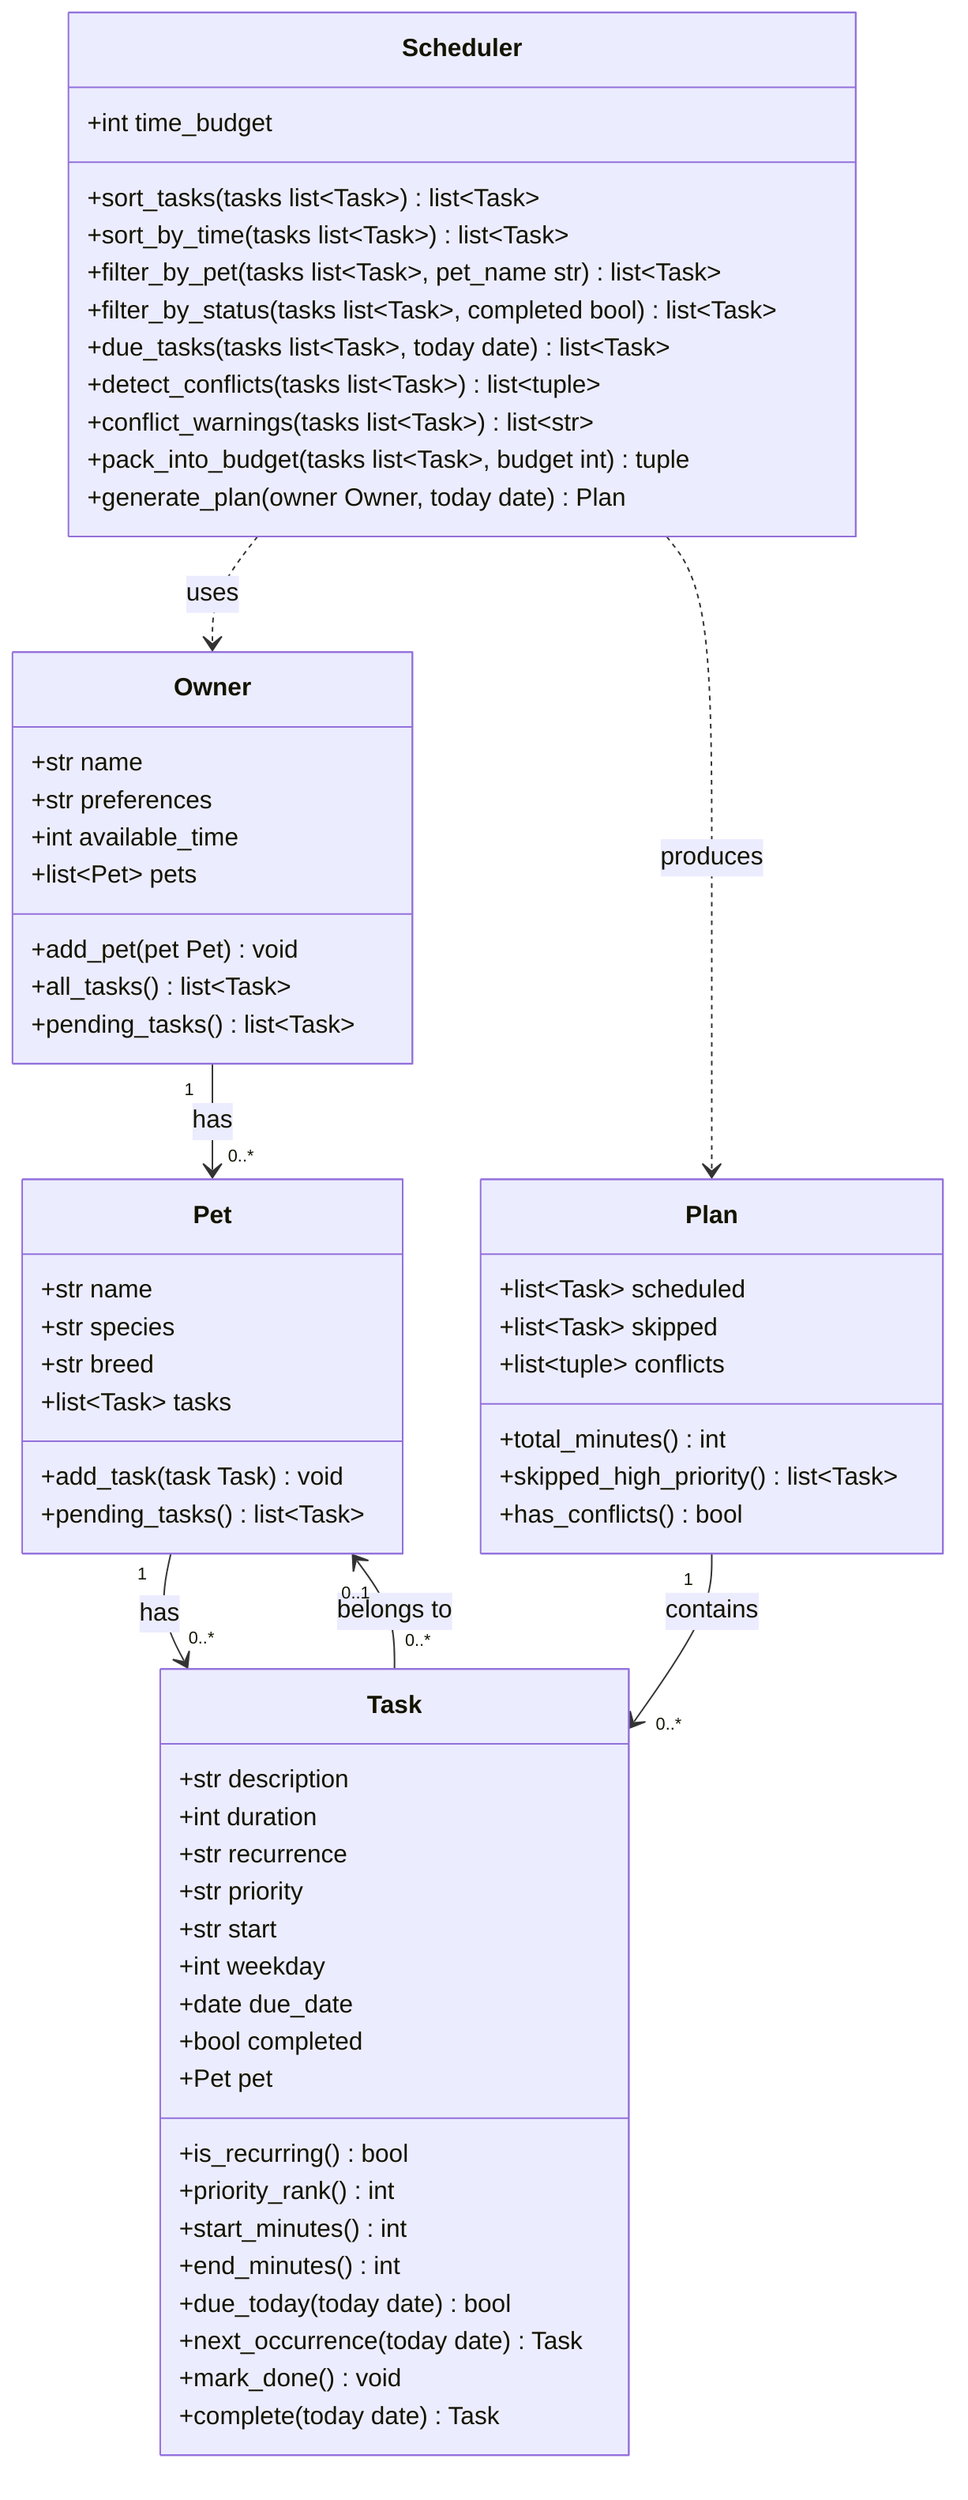
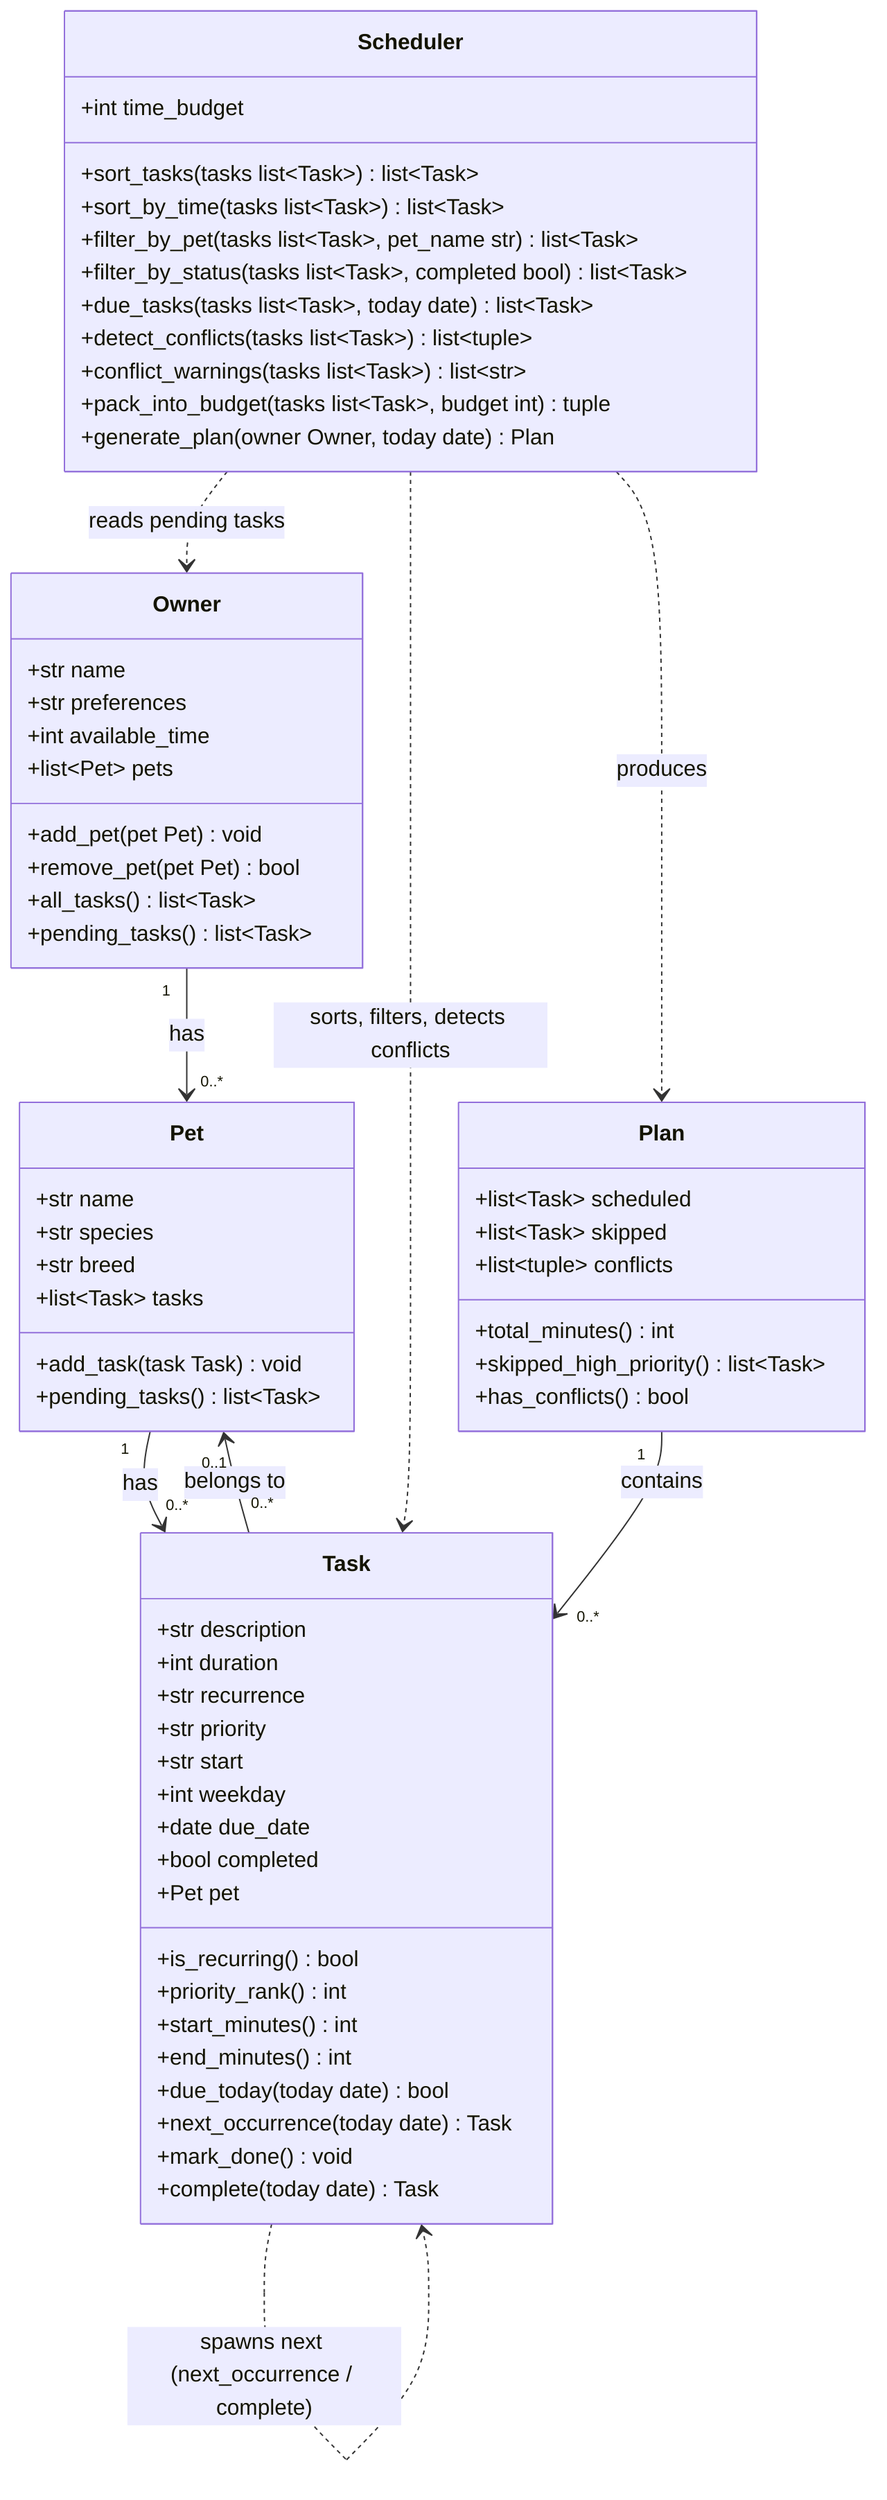
classDiagram
-     %% PawPal+ initial UML design (4 classes: Owner, Pet, Task, Scheduler)
-     %% Keep this file updated so it matches your final implementation.
+     %% PawPal+ UML — updated to match the final implementation.
+     %% 5 classes: Owner, Pet, Task, Plan, Scheduler.
+     %% (Plan was added during implementation to carry the scheduling result.)

    class Owner {
        +str name
        +str preferences
        +int available_time
        +list~Pet~ pets
        +add_pet(pet Pet) void
+         +remove_pet(pet Pet) bool
        +all_tasks() list~Task~
        +pending_tasks() list~Task~
    }

    class Pet {
        +str name
        +str species
        +str breed
        +list~Task~ tasks
        +add_task(task Task) void
        +pending_tasks() list~Task~
    }

    class Task {
        +str description
        +int duration
        +str recurrence
        +str priority
        +str start
        +int weekday
        +date due_date
        +bool completed
        +Pet pet
        +is_recurring() bool
        +priority_rank() int
        +start_minutes() int
        +end_minutes() int
        +due_today(today date) bool
        +next_occurrence(today date) Task
        +mark_done() void
        +complete(today date) Task
    }

    class Plan {
        +list~Task~ scheduled
        +list~Task~ skipped
        +list~tuple~ conflicts
        +total_minutes() int
        +skipped_high_priority() list~Task~
        +has_conflicts() bool
    }

    class Scheduler {
        +int time_budget
        +sort_tasks(tasks list~Task~) list~Task~
        +sort_by_time(tasks list~Task~) list~Task~
        +filter_by_pet(tasks list~Task~, pet_name str) list~Task~
        +filter_by_status(tasks list~Task~, completed bool) list~Task~
        +due_tasks(tasks list~Task~, today date) list~Task~
        +detect_conflicts(tasks list~Task~) list~tuple~
        +conflict_warnings(tasks list~Task~) list~str~
        +pack_into_budget(tasks list~Task~, budget int) tuple
        +generate_plan(owner Owner, today date) Plan
    }

    Owner "1" --> "0..*" Pet : has
    Pet "1" --> "0..*" Task : has
    Task "0..*" --> "0..1" Pet : belongs to
-     Scheduler ..> Owner : uses
+     Task ..> Task : spawns next (next_occurrence / complete)
+     Scheduler ..> Owner : reads pending tasks
+     Scheduler ..> Task : sorts, filters, detects conflicts
    Scheduler ..> Plan : produces
    Plan "1" --> "0..*" Task : contains
